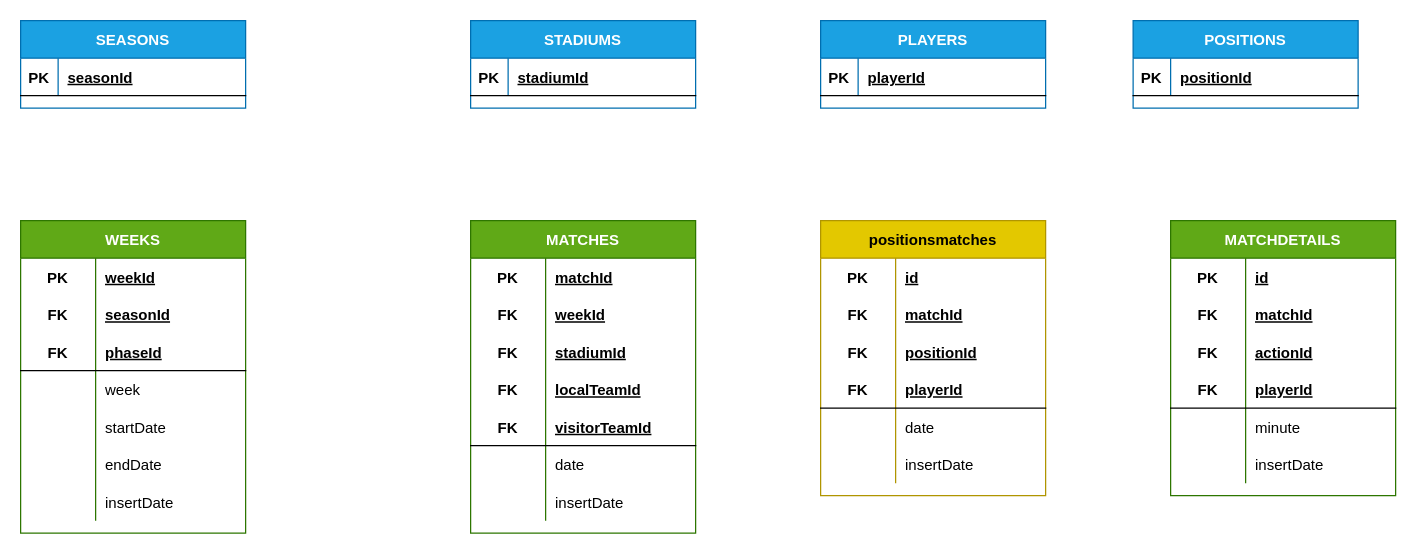
The draw.io diagram page "conceptual" (1 of 3) of qatar2022.drawio in r3card0/WorldCup2022, before the edit. Source tidied: cells renumbered, new cells numbered last; positions are measured from the earlier drawing's top-left corner, leaving out a move shared by most shapes. Both pictures are drawn from the tidied source at 125%, with x=0, y=0 at pixel (20, 20).
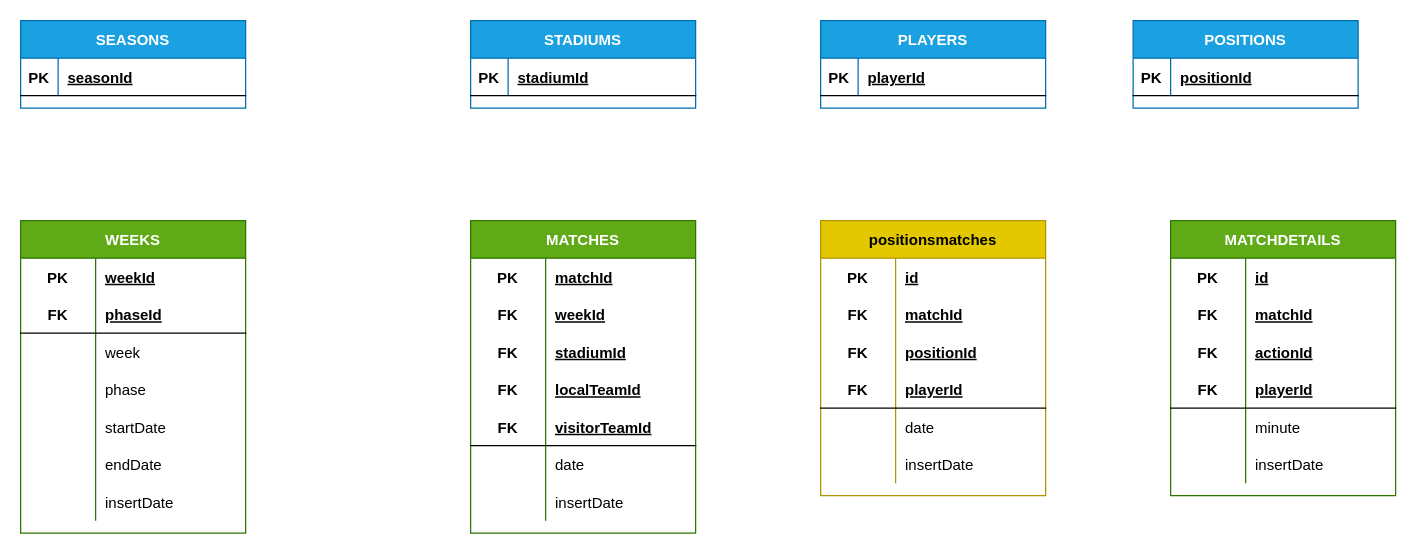
Above is the later version.

Commit message:
weeks table structure changed, phase

Unchanged cells that the change refers to:
```xml
<mxCell id="2" value="WEEKS" style="shape=table;startSize=30;childLayout=tableLayout;rowLines=0;fontStyle=1;align=center;fillColor=#60a917;fontColor=#ffffff;strokeColor=#2D7600;" parent="1" vertex="1">
  <mxGeometry y="160" width="180" height="250" as="geometry" />
</mxCell>
```

Change to the diagram source:
```diff
@@
-    <mxCell id="6" style="shape=partialRectangle;fillColor=none;top=0;left=0;bottom=0;right=0;" parent="2" vertex="1">
-      <mxGeometry y="60" width="180" height="30" as="geometry" />
-    </mxCell>
-    <mxCell id="7" value="FK" style="shape=partialRectangle;fillColor=none;top=0;left=0;bottom=0;right=0;fontStyle=1;overflow=hidden;" parent="6" vertex="1">
-      <mxGeometry width="60" height="30" as="geometry" />
-    </mxCell>
-    <mxCell id="8" value="seasonId" style="shape=partialRectangle;fillColor=none;top=0;left=0;bottom=0;right=0;align=left;spacingLeft=6;fontStyle=5;overflow=hidden;" parent="6" vertex="1">
-      <mxGeometry x="60" width="120" height="30" as="geometry" />
-    </mxCell>
     <mxCell id="9" style="shape=partialRectangle;fillColor=none;top=0;left=0;bottom=1;right=0;" parent="2" vertex="1">
-      <mxGeometry y="90" width="180" height="30" as="geometry" />
+      <mxGeometry y="60" width="180" height="30" as="geometry" />
     </mxCell>
@@
     <mxCell id="12" style="shape=partialRectangle;fillColor=none;top=0;left=0;bottom=0;right=0;" parent="2" vertex="1">
-      <mxGeometry y="120" width="180" height="30" as="geometry" />
+      <mxGeometry y="90" width="180" height="30" as="geometry" />
     </mxCell>
@@
+    <mxCell id="100" style="shape=partialRectangle;fillColor=none;top=0;left=0;bottom=0;right=0;" parent="2" vertex="1">
+      <mxGeometry y="120" width="180" height="30" as="geometry" />
+    </mxCell>
+    <mxCell id="101" style="shape=partialRectangle;fillColor=none;top=0;left=0;bottom=0;right=0;overflow=hidden;" parent="100" vertex="1">
+      <mxGeometry width="60" height="30" as="geometry" />
+    </mxCell>
+    <mxCell id="102" value="phase" style="shape=partialRectangle;fillColor=none;top=0;left=0;bottom=0;right=0;align=left;spacingLeft=6;overflow=hidden;" parent="100" vertex="1">
+      <mxGeometry x="60" width="120" height="30" as="geometry" />
+    </mxCell>
```
